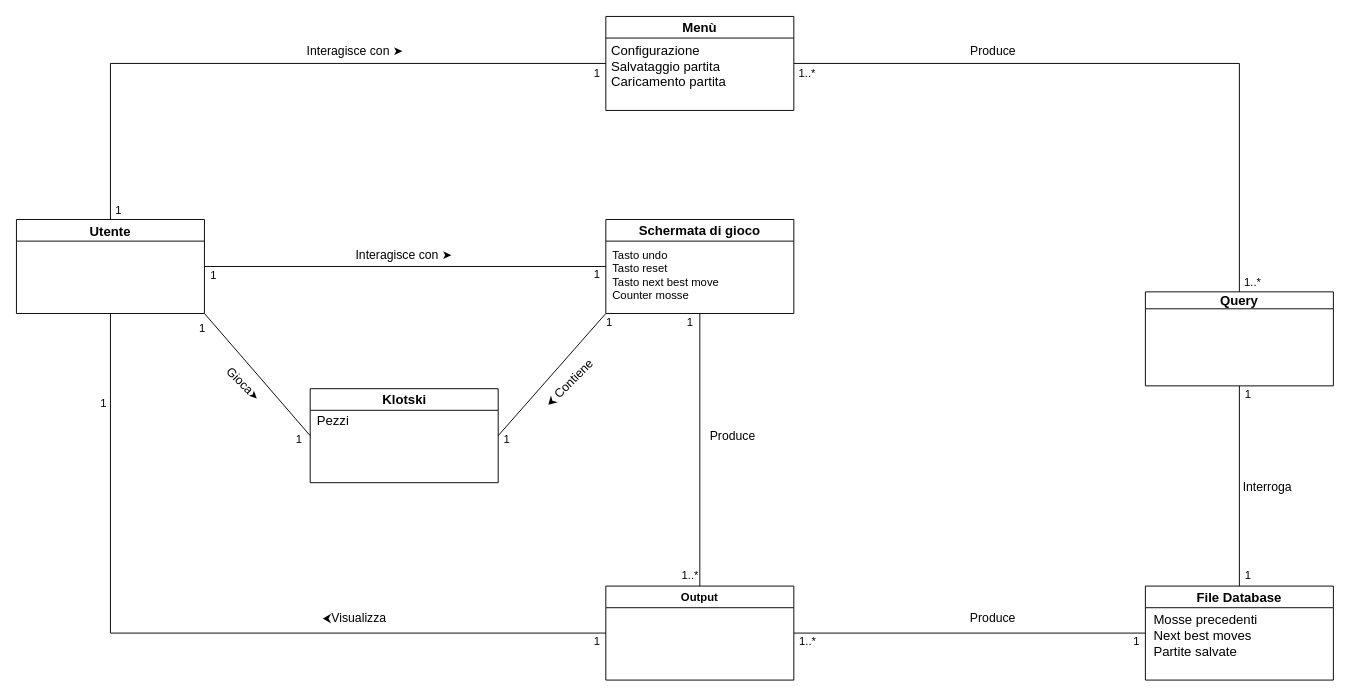
Above: Domain Model.drawio in trikkeballakke/Test (draw.io), before the change. Source tidied: cells renumbered, new cells numbered last; positions are measured from the earlier drawing's top-left corner, leaving out a move shared by most shapes. Both pictures are drawn from the tidied source at 94%, with x=0, y=0 at pixel (16, 16).
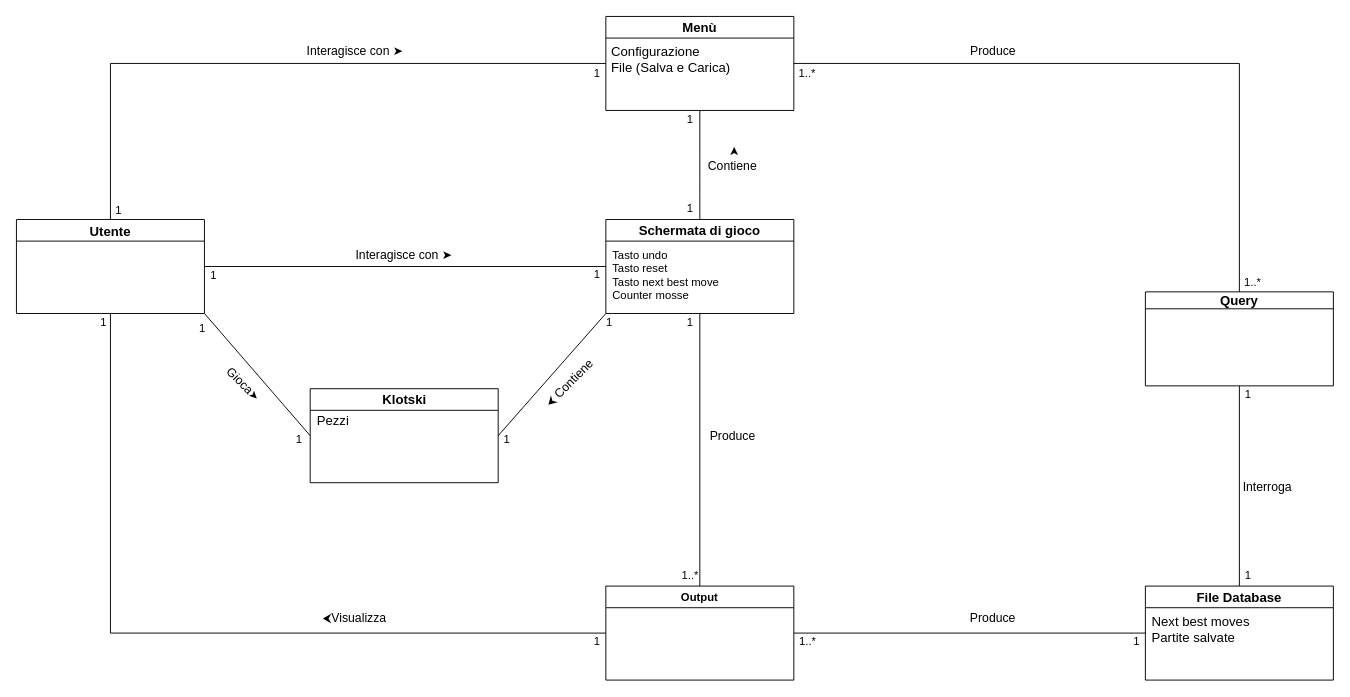
The same diagram, later.

The change refers to these unchanged cells:
```xml
<mxCell id="5" value="&lt;font style=&quot;font-size: 14px;&quot;&gt;Menù&lt;/font&gt;" style="swimlane;whiteSpace=wrap;html=1;" parent="1" vertex="1">
  <mxGeometry x="627" width="200" height="100" as="geometry" />
</mxCell>
<mxCell id="10" value="&lt;font style=&quot;font-size: 14px;&quot;&gt;&lt;font style=&quot;font-size: 14px;&quot;&gt;File &lt;/font&gt;Database&lt;/font&gt;" style="swimlane;whiteSpace=wrap;html=1;" parent="1" vertex="1">
  <mxGeometry x="1201" y="606" width="200" height="100" as="geometry" />
</mxCell>
<mxCell id="17" value="&lt;font style=&quot;font-size: 14px;&quot;&gt;Schermata di gioco&lt;/font&gt;" style="swimlane;whiteSpace=wrap;html=1;" parent="1" vertex="1">
  <mxGeometry x="627" y="216" width="200" height="100" as="geometry" />
</mxCell>
```

Diff of the diagram source:
```diff
@@
-    <mxCell id="6" value="&lt;font style=&quot;font-size: 14px;&quot;&gt;Configurazione&lt;br&gt;Salvataggio partita&lt;br&gt;Caricamento partita&lt;/font&gt;" style="text;html=1;strokeColor=none;fillColor=none;align=left;verticalAlign=middle;whiteSpace=wrap;rounded=0;" parent="5" vertex="1">
-      <mxGeometry x="4" y="15" width="199" height="75" as="geometry" />
+    <mxCell id="6" value="&lt;font style=&quot;font-size: 14px;&quot;&gt;Configurazione&lt;br&gt;File (Salva e Carica)&lt;br&gt;&lt;/font&gt;" style="text;html=1;strokeColor=none;fillColor=none;align=left;verticalAlign=middle;whiteSpace=wrap;rounded=0;" parent="5" vertex="1">
+      <mxGeometry x="4" y="8" width="199" height="75" as="geometry" />
     </mxCell>
@@
-    <mxCell id="11" value="&lt;font style=&quot;font-size: 14px;&quot;&gt;Mosse precedenti&lt;br&gt;Next best moves&lt;br&gt;Partite salvate&lt;br&gt;&lt;/font&gt;" style="text;html=1;strokeColor=none;fillColor=none;align=left;verticalAlign=middle;whiteSpace=wrap;rounded=0;" parent="10" vertex="1">
-      <mxGeometry x="7" y="29" width="135" height="48" as="geometry" />
+    <mxCell id="11" value="&lt;font style=&quot;font-size: 14px;&quot;&gt;Next best moves&lt;br&gt;Partite salvate&lt;br&gt;&lt;/font&gt;" style="text;html=1;strokeColor=none;fillColor=none;align=left;verticalAlign=middle;whiteSpace=wrap;rounded=0;" parent="10" vertex="1">
+      <mxGeometry x="5" y="22" width="135" height="48" as="geometry" />
     </mxCell>
@@
     <mxCell id="33" value="1" style="text;html=1;strokeColor=none;fillColor=none;align=center;verticalAlign=middle;whiteSpace=wrap;rounded=0;" parent="1" vertex="1">
-      <mxGeometry x="87" y="406" width="12" height="12" as="geometry" />
+      <mxGeometry x="87" y="320" width="12" height="12" as="geometry" />
     </mxCell>
@@
+    <mxCell id="50" style="endArrow=none;html=1;rounded=0;fontSize=12;startSize=8;endSize=8;curved=1;exitX=0.5;exitY=0;exitDx=0;exitDy=0;entryX=0.5;entryY=1;entryDx=0;entryDy=0;" parent="1" edge="1" source="17" target="5">
+      <mxGeometry relative="1" as="geometry" />
+    </mxCell>
+    <mxCell id="51" value="&lt;font style=&quot;font-size: 13px;&quot;&gt;Contiene&lt;/font&gt;" style="text;html=1;strokeColor=none;fillColor=none;align=center;verticalAlign=middle;whiteSpace=wrap;rounded=0;fontSize=16;" parent="1" vertex="1">
+      <mxGeometry x="732" y="143" width="60" height="30" as="geometry" />
+    </mxCell>
+    <mxCell id="52" value="&lt;font style=&quot;font-size: 13px;&quot;&gt;➤&lt;/font&gt;" style="text;html=1;strokeColor=none;fillColor=none;align=center;verticalAlign=middle;whiteSpace=wrap;rounded=0;fontSize=16;rotation=-90;" parent="1" vertex="1">
+      <mxGeometry x="732" y="129" width="60" height="30" as="geometry" />
+    </mxCell>
+    <mxCell id="53" value="1" style="text;html=1;strokeColor=none;fillColor=none;align=center;verticalAlign=middle;whiteSpace=wrap;rounded=0;" parent="1" vertex="1">
+      <mxGeometry x="711" y="198" width="12" height="12" as="geometry" />
+    </mxCell>
+    <mxCell id="54" value="1" style="text;html=1;strokeColor=none;fillColor=none;align=center;verticalAlign=middle;whiteSpace=wrap;rounded=0;" parent="1" vertex="1">
+      <mxGeometry x="711" y="104" width="12" height="12" as="geometry" />
+    </mxCell>
```
